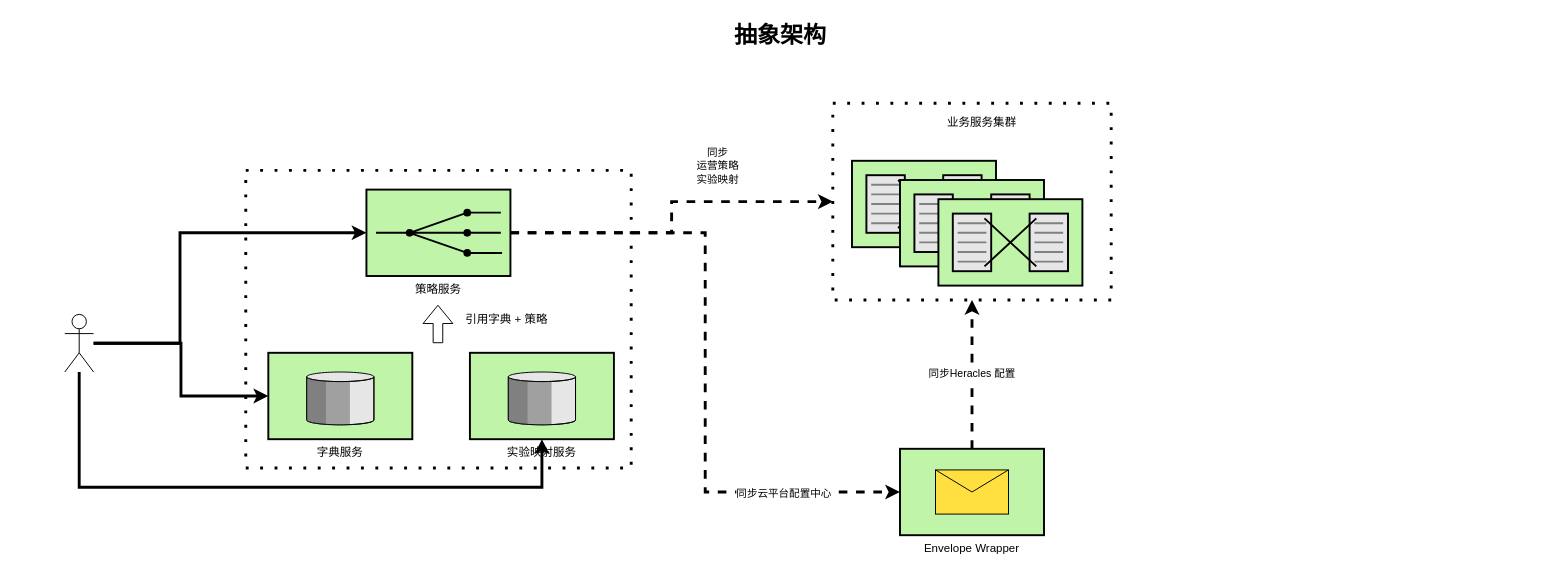
Above: universal-engine/strategy-conf-architecture.drawio in karlchan-cn/drawio-repository (draw.io), before the change. Source tidied: cells renumbered, new cells numbered last; positions are measured from the earlier drawing's top-left corner, leaving out a move shared by most shapes. Both pictures are drawn from the tidied source at 96%, with x=0, y=0 at pixel (16, 16).
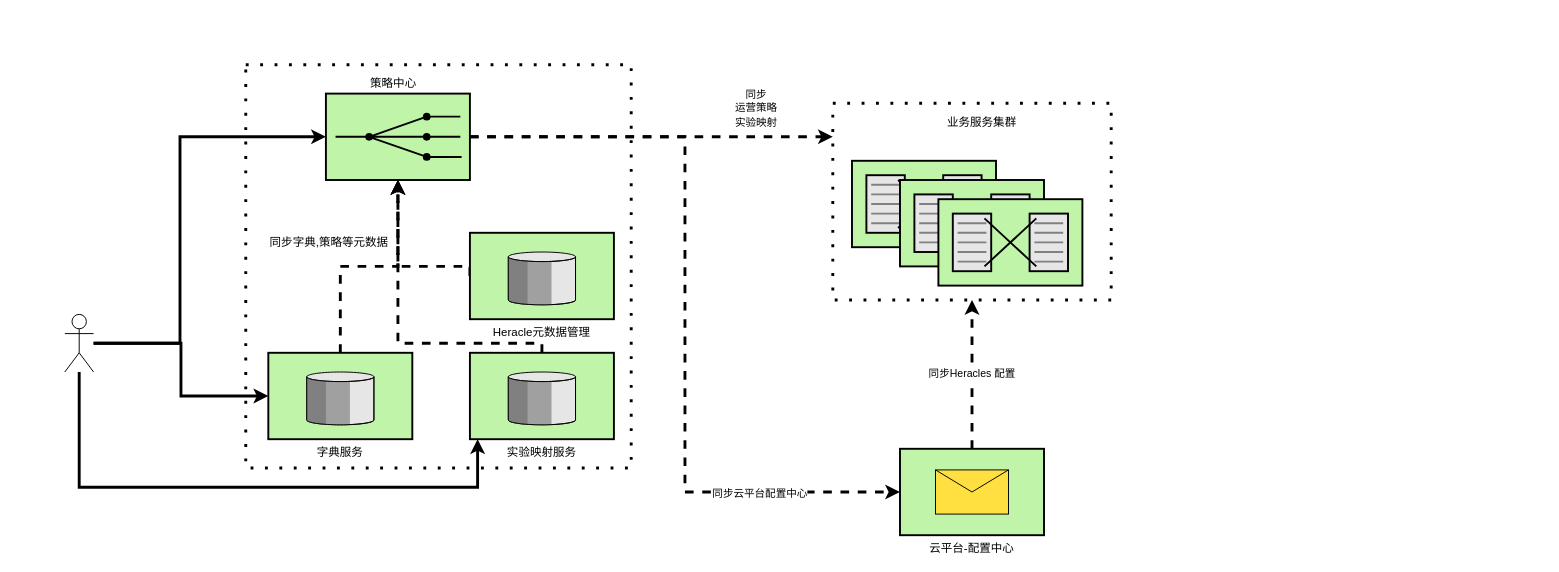
Above is the later version.

Unchanged cells that the change refers to:
```xml
<mxCell id="9" value="字典服务" style="strokeWidth=2;dashed=0;align=center;fontSize=12;verticalLabelPosition=bottom;verticalAlign=top;shape=mxgraph.eip.message_store;fillColor=#c0f5a9;" parent="1" vertex="1">
  <mxGeometry x="262" y="350" width="150" height="90" as="geometry" />
</mxCell>
<mxCell id="14" style="shape=umlActor;verticalLabelPosition=bottom;verticalAlign=top;html=1;outlineConnect=0;fillColor=none;" parent="1" vertex="1">
  <mxGeometry x="50" y="310" width="30" height="60" as="geometry" />
</mxCell>
<mxCell id="15" value="实验映射服务" style="strokeWidth=2;dashed=0;align=center;fontSize=12;verticalLabelPosition=bottom;verticalAlign=top;shape=mxgraph.eip.message_store;fillColor=#c0f5a9;" parent="1" vertex="1">
  <mxGeometry x="472" y="350" width="150" height="90" as="geometry" />
</mxCell>
<mxCell id="19" style="rounded=0;whiteSpace=wrap;html=1;fillColor=none;dashed=1;dashPattern=1 4;strokeWidth=3;" parent="1" vertex="1">
  <mxGeometry x="850" y="90" width="290" height="205" as="geometry" />
</mxCell>
```

What changed in the source:
```diff
@@
     <mxCell id="2" style="rounded=0;whiteSpace=wrap;html=1;fillColor=none;dashed=1;dashPattern=1 4;strokeWidth=3;" parent="1" vertex="1">
-      <mxGeometry x="238.5" y="160" width="401.5" height="310" as="geometry" />
+      <mxGeometry x="238.5" y="50" width="401.5" height="420" as="geometry" />
     </mxCell>
     <mxCell id="3" style="edgeStyle=orthogonalEdgeStyle;rounded=0;jettySize=auto;html=1;dashed=1;strokeWidth=3;" parent="1" edge="1" source="6" target="19">
-      <mxGeometry relative="1" as="geometry" />
+      <mxGeometry relative="1" as="geometry">
+        <Array as="points">
+          <mxPoint x="760" y="125" />
+          <mxPoint x="760" y="125" />
+        </Array>
+      </mxGeometry>
     </mxCell>
@@
-    <mxCell id="6" value="策略服务" style="strokeWidth=2;dashed=0;align=center;fontSize=12;fillColor=#c0f5a9;verticalLabelPosition=bottom;verticalAlign=top;shape=mxgraph.eip.recipient_list;" parent="1" vertex="1">
-      <mxGeometry x="364.2" y="180" width="150" height="90" as="geometry" />
+    <mxCell id="6" style="strokeWidth=2;dashed=0;align=center;fontSize=12;fillColor=#c0f5a9;verticalLabelPosition=bottom;verticalAlign=top;shape=mxgraph.eip.recipient_list;" parent="1" vertex="1">
+      <mxGeometry x="322" y="80" width="150" height="90" as="geometry" />
     </mxCell>
@@
-    <mxCell id="8" value="Envelope Wrapper" style="strokeWidth=2;dashed=0;align=center;fontSize=12;fillColor=#c0f5a9;verticalLabelPosition=bottom;verticalAlign=top;shape=mxgraph.eip.envelope_wrapper;" parent="1" vertex="1">
+    <mxCell id="8" value="云平台-配置中心" style="strokeWidth=2;dashed=0;align=center;fontSize=12;fillColor=#c0f5a9;verticalLabelPosition=bottom;verticalAlign=top;shape=mxgraph.eip.envelope_wrapper;" parent="1" vertex="1">
       <mxGeometry x="920" y="450" width="150" height="90" as="geometry" />
     </mxCell>
+    <mxCell id="24" style="edgeStyle=orthogonalEdgeStyle;rounded=0;jettySize=auto;html=1;dashed=1;strokeWidth=3;entryX=0.5;entryY=1;entryDx=0;entryDy=0;entryPerimeter=0;" parent="1" edge="1" source="9" target="6">
+      <mxGeometry relative="1" as="geometry" />
+    </mxCell>
@@
-    <mxCell id="10" value="抽象架构" style="text;strokeColor=none;fillColor=none;html=1;fontSize=24;fontStyle=1;verticalAlign=middle;align=center;" parent="1" vertex="1">
-      <mxGeometry width="1590" height="40" as="geometry" />
-    </mxCell>
@@
     <mxCell id="12" style="edgeStyle=orthogonalEdgeStyle;rounded=0;jettySize=auto;html=1;entryX=0;entryY=0.5;entryDx=0;entryDy=0;entryPerimeter=0;strokeWidth=3;" parent="1" edge="1" source="14" target="6">
       <mxGeometry relative="1" as="geometry">
         <Array as="points">
           <mxPoint x="170" y="340" />
-          <mxPoint x="170" y="225" />
+          <mxPoint x="170" y="125" />
         </Array>
       </mxGeometry>
     </mxCell>
     <mxCell id="13" style="edgeStyle=orthogonalEdgeStyle;rounded=0;jettySize=auto;html=1;strokeWidth=3;" parent="1" edge="1" source="14" target="15">
       <mxGeometry relative="1" as="geometry">
         <Array as="points">
           <mxPoint x="65" y="490" />
-          <mxPoint x="547" y="490" />
+          <mxPoint x="480" y="490" />
         </Array>
       </mxGeometry>
     </mxCell>
@@
+    <mxCell id="25" style="edgeStyle=orthogonalEdgeStyle;rounded=0;jettySize=auto;html=1;entryX=0.5;entryY=1;entryDx=0;entryDy=0;entryPerimeter=0;dashed=1;strokeWidth=3;" parent="1" edge="1" source="15" target="6">
+      <mxGeometry relative="1" as="geometry">
+        <Array as="points">
+          <mxPoint x="547" y="340" />
+          <mxPoint x="397" y="340" />
+        </Array>
+      </mxGeometry>
+    </mxCell>
@@
-    <mxCell id="20" style="shape=flexArrow;endArrow=classic;html=1;rounded=0;" parent="1" edge="1">
-      <mxGeometry relative="1" as="geometry">
-        <mxPoint x="438.7" y="340" as="sourcePoint" />
-        <mxPoint x="438.7" y="300" as="targetPoint" />
-      </mxGeometry>
-    </mxCell>
-    <mxCell id="21" value="引用字典 + 策略" style="text;html=1;align=center;verticalAlign=middle;strokeColor=none;fillColor=none;" parent="1" vertex="1">
-      <mxGeometry x="460" y="305" width="100" height="20" as="geometry" />
+    <mxCell id="21" value="同步字典,策略等元数据" style="text;html=1;align=center;verticalAlign=middle;strokeColor=none;fillColor=none;" parent="1" vertex="1">
+      <mxGeometry x="255" y="225" width="140" height="20" as="geometry" />
     </mxCell>
@@
     <mxCell id="23" value="&lt;span style=&quot;font-size: 11px ; background-color: rgb(255 , 255 , 255)&quot;&gt;同步&lt;/span&gt;&lt;br style=&quot;font-size: 11px&quot;&gt;&lt;span style=&quot;font-size: 11px ; background-color: rgb(255 , 255 , 255)&quot;&gt;运营策略&lt;/span&gt;&lt;br style=&quot;font-size: 11px&quot;&gt;&lt;span style=&quot;font-size: 11px ; background-color: rgb(255 , 255 , 255)&quot;&gt;实验映射&lt;/span&gt;" style="text;html=1;align=center;verticalAlign=middle;strokeColor=none;fillColor=none;" parent="1" vertex="1">
-      <mxGeometry x="700" y="130" width="60" height="50" as="geometry" />
+      <mxGeometry x="740" y="70" width="60" height="50" as="geometry" />
     </mxCell>
+    <mxCell id="26" style="edgeStyle=orthogonalEdgeStyle;rounded=0;jettySize=auto;html=1;dashed=1;strokeWidth=3;exitX=0;exitY=0.5;exitDx=0;exitDy=0;exitPerimeter=0;" parent="1" edge="1" source="27" target="6">
+      <mxGeometry relative="1" as="geometry">
+        <Array as="points">
+          <mxPoint x="472" y="260" />
+          <mxPoint x="397" y="260" />
+        </Array>
+      </mxGeometry>
+    </mxCell>
+    <mxCell id="27" value="Heracle元数据管理" style="strokeWidth=2;dashed=0;align=center;fontSize=12;verticalLabelPosition=bottom;verticalAlign=top;shape=mxgraph.eip.message_store;fillColor=#c0f5a9;" parent="1" vertex="1">
+      <mxGeometry x="472" y="225" width="150" height="90" as="geometry" />
+    </mxCell>
+    <mxCell id="28" value="策略中心" style="text;html=1;align=center;verticalAlign=middle;strokeColor=none;fillColor=none;" parent="1" vertex="1">
+      <mxGeometry x="362" y="60" width="60" height="20" as="geometry" />
+    </mxCell>
```
